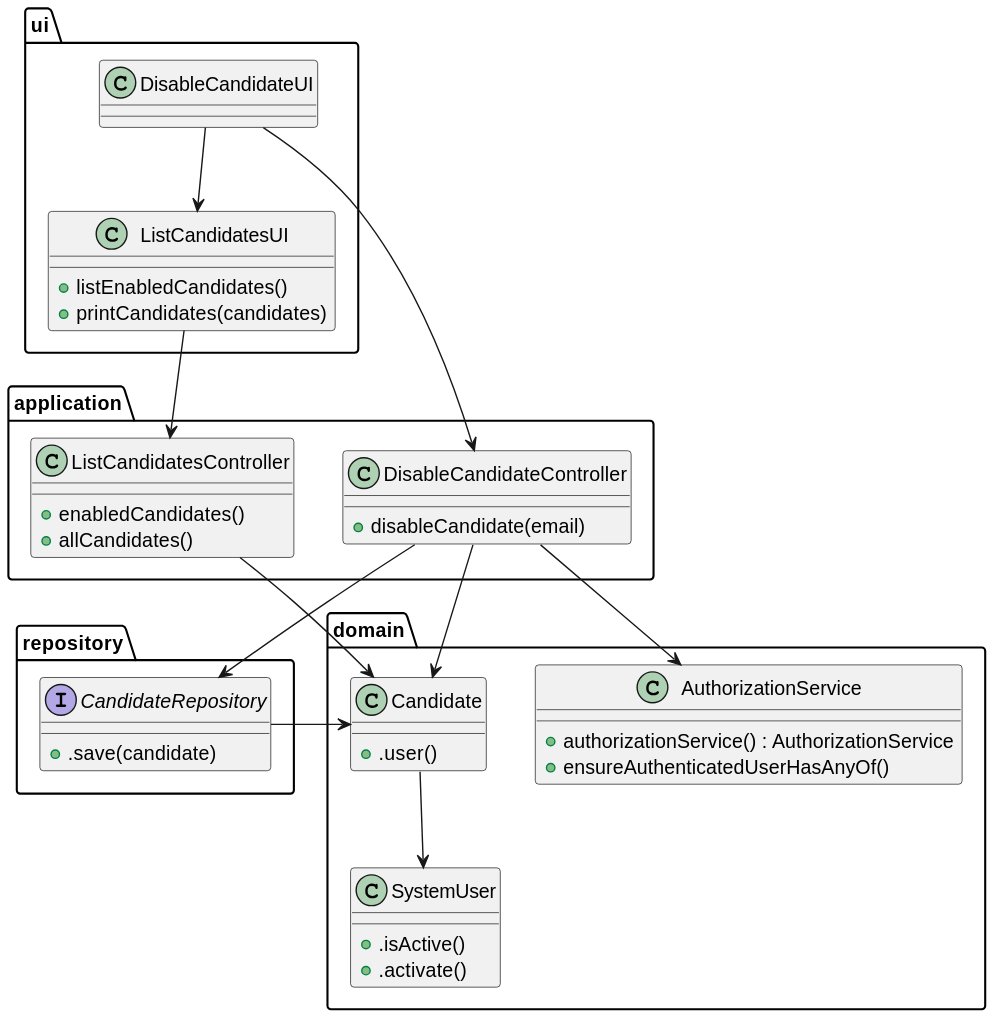
Above: docs/sprintC/2000b/svg/2000b-DisableCandidate-class-diagram.svg in marcoferreira37/Lapr4 (PlantUML), before the change.
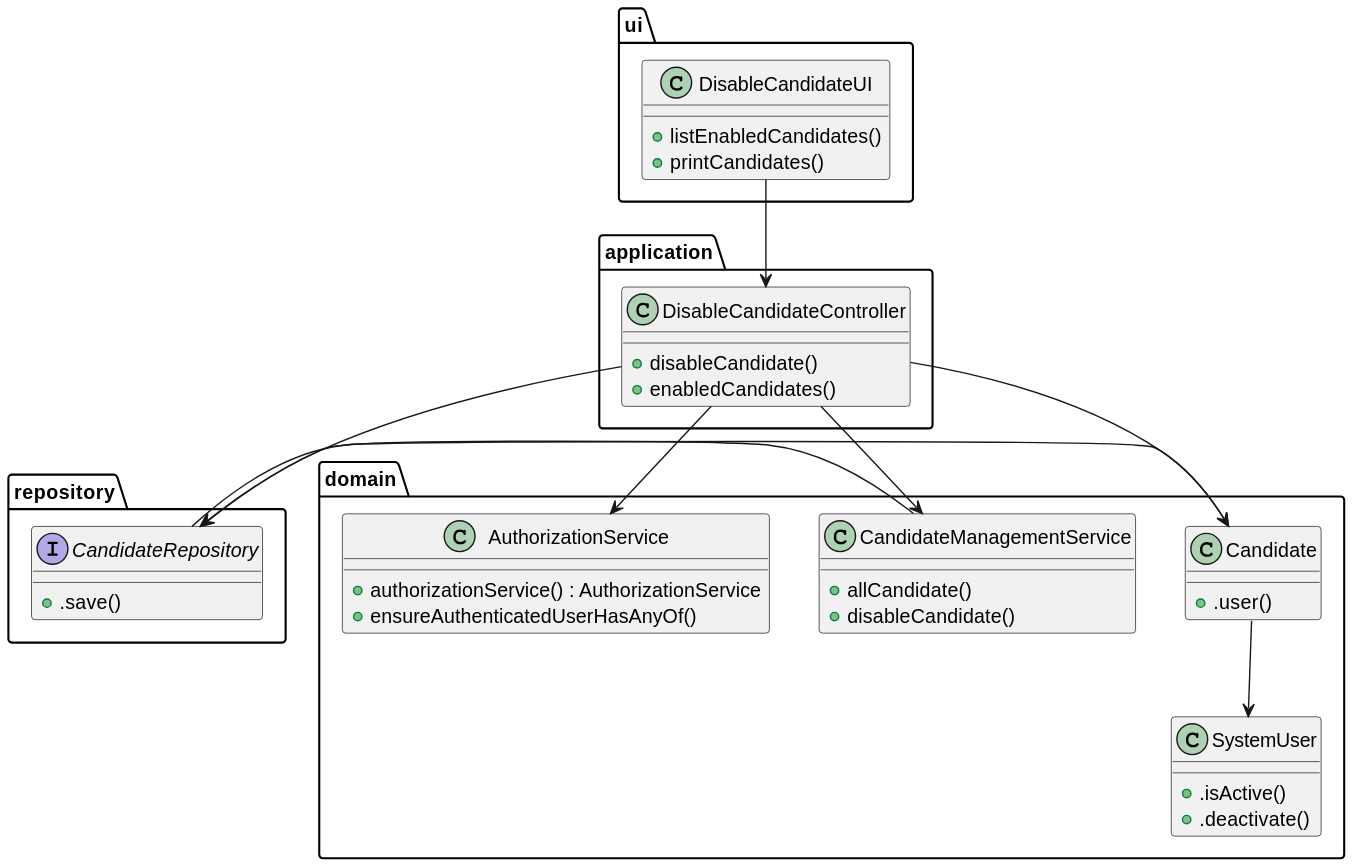
Above is the later version.

Diff of the diagram source:
```diff
@@ -1,11 +1,8 @@
 @startuml
  package ui {
          class DisableCandidateUI {
-         }
-
-         class ListCandidatesUI{
-             +listEnabledCandidates()
-             +printCandidates(candidates)
+            +listEnabledCandidates()
+            +printCandidates()
          }
      }
 
@@ -14,26 +11,22 @@
 
      package application {
          class DisableCandidateController {
-             +disableCandidate(email)
-         }
-
-         class ListCandidatesController{
+             +disableCandidate()
              +enabledCandidates()
-             +allCandidates()
          }
      }
 
      package repository {
 
          interface CandidateRepository{
-             +.save(candidate)
+             +.save()
          }
      }
 
      package domain {
          class SystemUser{
              +.isActive()
-             +.activate()
+             +.deactivate()
          }
          class AuthorizationService {
                 +authorizationService() : AuthorizationService
@@ -43,18 +36,21 @@
          class Candidate {
              +.user()
          }
+
+         class CandidateManagementService{
+             +allCandidate()
+             +disableCandidate()
+         }
      }
 
 
 
  DisableCandidateUI --> DisableCandidateController
- DisableCandidateUI --> ListCandidatesUI
- ListCandidatesUI --> ListCandidatesController
- ListCandidatesController --> Candidate
  Candidate --> SystemUser
  DisableCandidateController --> Candidate
  DisableCandidateController --> CandidateRepository
  CandidateRepository -> Candidate
  DisableCandidateController --> AuthorizationService
-
+DisableCandidateController --> CandidateManagementService
+CandidateManagementService -> CandidateRepository
  @enduml
```
